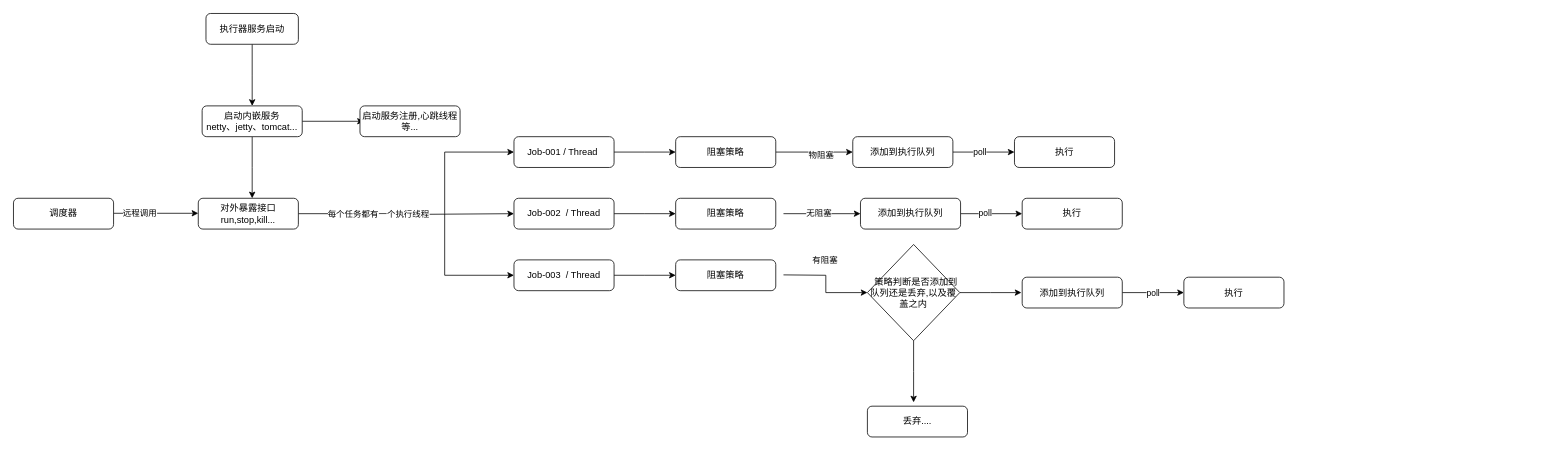
This is page "第 2 页" (2 of 2) of 工作/分布式调度.drawio from ironZr/draw, a draw.io file, before an edit. Source tidied: cells renumbered, new cells numbered last; positions are measured from the earlier drawing's top-left corner, leaving out a move shared by most shapes. Both pictures are drawn from the tidied source at 77%, with x=0, y=0 at pixel (13, 13).
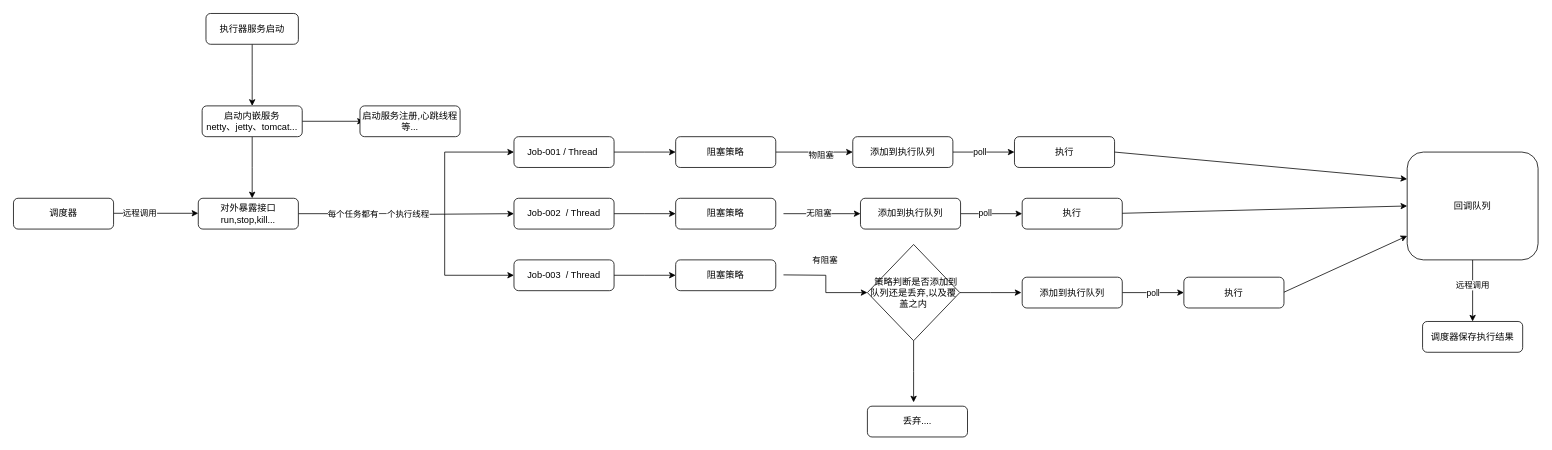
Above is the later version.

Commit message (it also covers changes not shown here):
更新分布式调度.drawio

Unchanged cells that the change refers to:
```xml
<mxCell id="44" value="执行" style="rounded=1;whiteSpace=wrap;html=1;fontSize=12;glass=0;strokeWidth=1;shadow=0;" parent="1" vertex="1">
  <mxGeometry x="1300" y="160" width="130" height="40" as="geometry" />
</mxCell>
```

Change to the diagram source:
```diff
@@
+    <mxCell id="47" style="endArrow=classic;html=1;rounded=0;exitX=1;exitY=0.5;exitDx=0;exitDy=0;entryX=0;entryY=0.25;entryDx=0;entryDy=0;" parent="1" edge="1" source="44" target="52">
+      <mxGeometry relative="1" as="geometry" />
+    </mxCell>
+    <mxCell id="48" style="endArrow=classic;html=1;rounded=0;exitX=1;exitY=0.5;exitDx=0;exitDy=0;entryX=0;entryY=0.5;entryDx=0;entryDy=0;" parent="1" edge="1" target="52">
+      <mxGeometry relative="1" as="geometry">
+        <mxPoint x="1440" y="259.5" as="sourcePoint" />
+      </mxGeometry>
+    </mxCell>
+    <mxCell id="49" style="endArrow=classic;html=1;rounded=0;exitX=1;exitY=0.5;exitDx=0;exitDy=0;" parent="1" edge="1" target="52">
+      <mxGeometry relative="1" as="geometry">
+        <mxPoint x="1650" y="362" as="sourcePoint" />
+      </mxGeometry>
+    </mxCell>
+    <mxCell id="50" style="edgeStyle=orthogonalEdgeStyle;rounded=0;jettySize=auto;html=1;" parent="1" edge="1" source="52">
+      <mxGeometry relative="1" as="geometry">
+        <mxPoint x="1895" y="400" as="targetPoint" />
+      </mxGeometry>
+    </mxCell>
+    <mxCell id="51" value="远程调用" style="edgeLabel;html=1;align=center;verticalAlign=middle;" parent="50" vertex="1">
+      <mxGeometry x="-0.2" y="-1" relative="1" as="geometry" />
+    </mxCell>
+    <mxCell id="52" value="回调队列" style="rounded=1;whiteSpace=wrap;html=1;fontSize=12;glass=0;strokeWidth=1;shadow=0;" parent="1" vertex="1">
+      <mxGeometry x="1810" y="180" width="170" height="140" as="geometry" />
+    </mxCell>
+    <mxCell id="53" value="调度器保存执行结果" style="rounded=1;whiteSpace=wrap;html=1;fontSize=12;glass=0;strokeWidth=1;shadow=0;" parent="1" vertex="1">
+      <mxGeometry x="1830" y="400" width="130" height="40" as="geometry" />
+    </mxCell>
```
